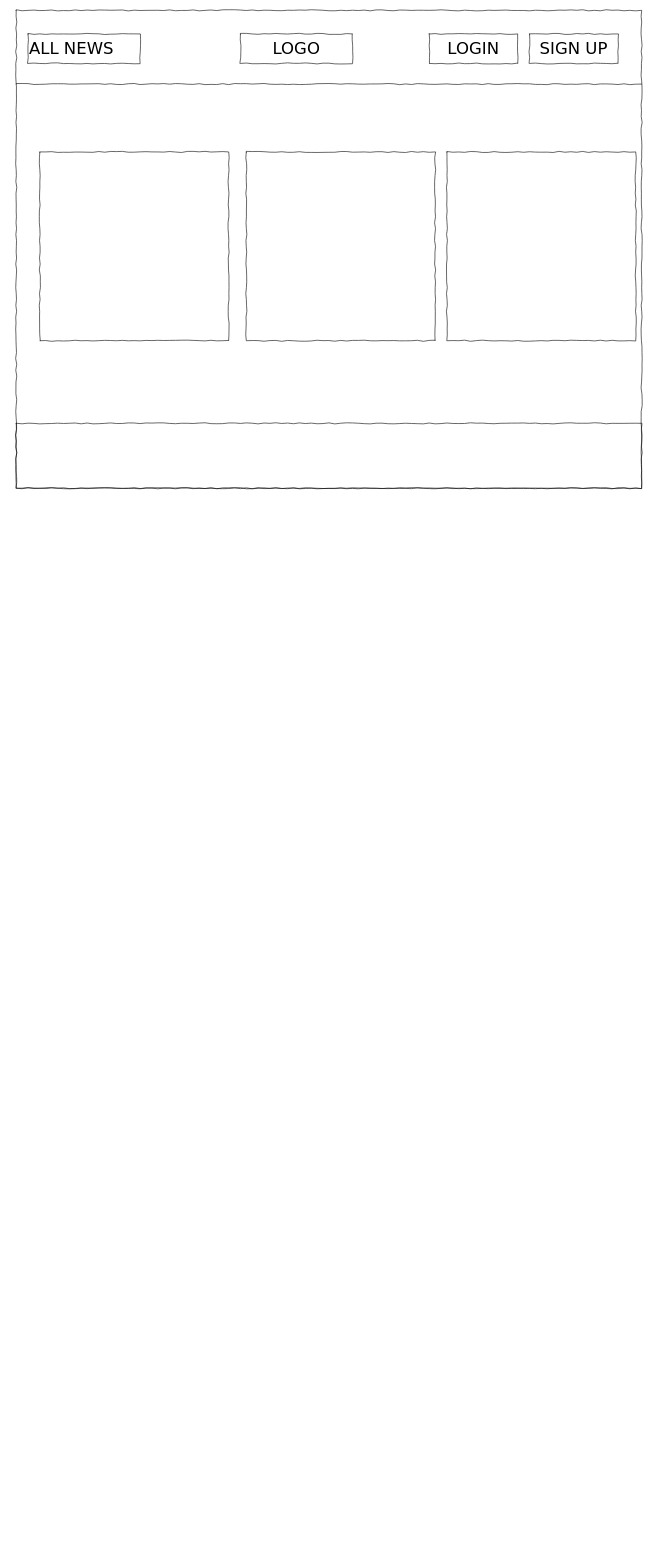
This is WireFrames/wireframe for patients/user .drawio from pemachozom/E-Pharmacy, a draw.io file, before an edit. Source tidied: cells renumbered, new cells numbered last; positions are measured from the earlier drawing's top-left corner, leaving out a move shared by most shapes. Both pictures are drawn from the tidied source at 59%, with x=0, y=0 at pixel (16, 10).
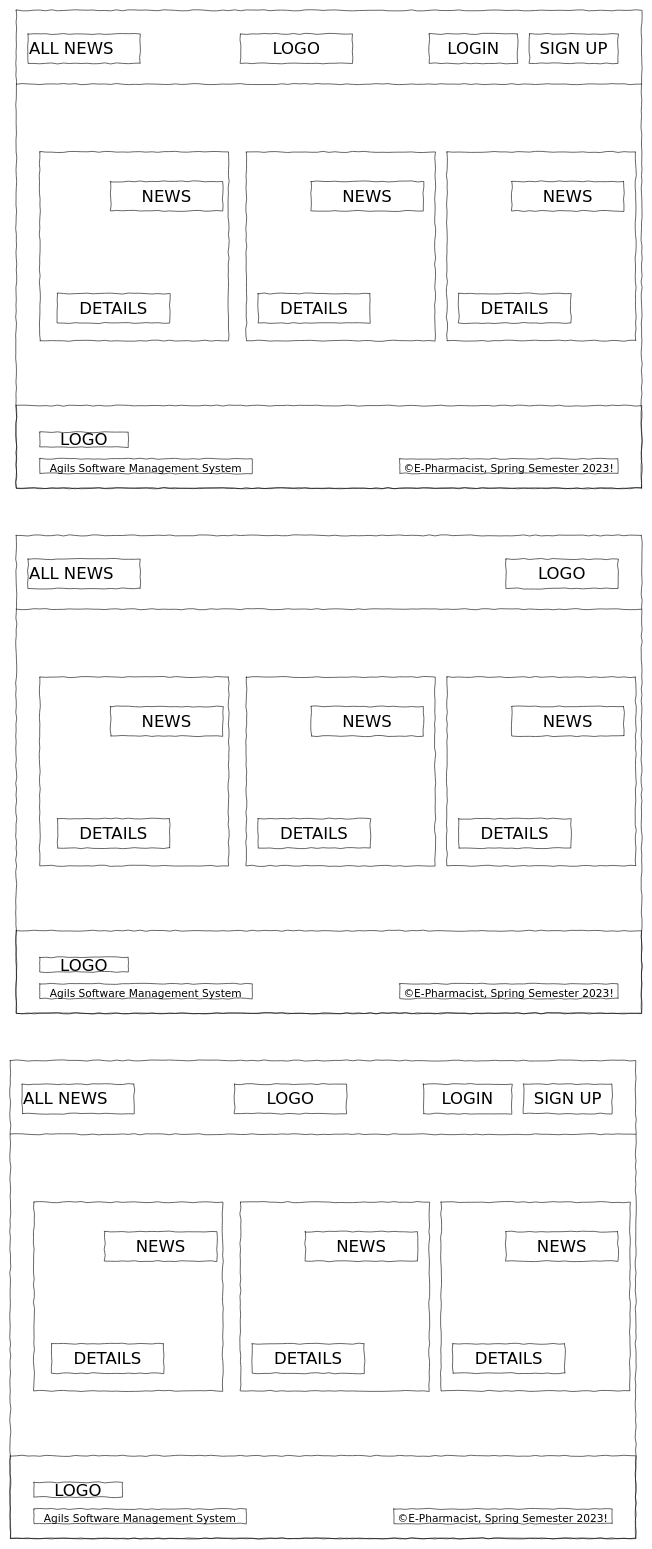
The same diagram, later.

Commit message (it also covers changes not shown here):
Update wireframe for patients/user .drawio

Change to the diagram source:
```diff
@@
     <mxCell id="6" value="&lt;div style=&quot;text-align: justify&quot;&gt;&lt;br&gt;&lt;/div&gt;" style="whiteSpace=wrap;html=1;rounded=0;shadow=0;labelBackgroundColor=none;strokeWidth=1;fillColor=none;fontFamily=Verdana;fontSize=12;align=center;verticalAlign=top;spacing=10;comic=1;" parent="1" vertex="1">
-      <mxGeometry y="700" width="1060" height="110" as="geometry" />
+      <mxGeometry y="670" width="1060" height="140" as="geometry" />
     </mxCell>
@@
+    <mxCell id="12" value="NEWS" style="whiteSpace=wrap;html=1;rounded=0;shadow=0;labelBackgroundColor=none;strokeWidth=1;fontFamily=Verdana;fontSize=28;align=center;comic=1;" parent="1" vertex="1">
+      <mxGeometry x="160" y="290" width="190" height="50" as="geometry" />
+    </mxCell>
+    <mxCell id="13" value="DETAILS" style="whiteSpace=wrap;html=1;rounded=0;shadow=0;labelBackgroundColor=none;strokeWidth=1;fontFamily=Verdana;fontSize=28;align=center;comic=1;" parent="1" vertex="1">
+      <mxGeometry x="70" y="480" width="190" height="50" as="geometry" />
+    </mxCell>
+    <mxCell id="14" value="NEWS" style="whiteSpace=wrap;html=1;rounded=0;shadow=0;labelBackgroundColor=none;strokeWidth=1;fontFamily=Verdana;fontSize=28;align=center;comic=1;" parent="1" vertex="1">
+      <mxGeometry x="500" y="290" width="190" height="50" as="geometry" />
+    </mxCell>
+    <mxCell id="15" value="DETAILS" style="whiteSpace=wrap;html=1;rounded=0;shadow=0;labelBackgroundColor=none;strokeWidth=1;fontFamily=Verdana;fontSize=28;align=center;comic=1;" parent="1" vertex="1">
+      <mxGeometry x="410" y="480" width="190" height="50" as="geometry" />
+    </mxCell>
+    <mxCell id="16" value="NEWS" style="whiteSpace=wrap;html=1;rounded=0;shadow=0;labelBackgroundColor=none;strokeWidth=1;fontFamily=Verdana;fontSize=28;align=center;comic=1;" parent="1" vertex="1">
+      <mxGeometry x="840" y="290" width="190" height="50" as="geometry" />
+    </mxCell>
+    <mxCell id="17" value="DETAILS" style="whiteSpace=wrap;html=1;rounded=0;shadow=0;labelBackgroundColor=none;strokeWidth=1;fontFamily=Verdana;fontSize=28;align=center;comic=1;" parent="1" vertex="1">
+      <mxGeometry x="750" y="480" width="190" height="50" as="geometry" />
+    </mxCell>
+    <mxCell id="18" value="LOGO" style="whiteSpace=wrap;html=1;rounded=0;shadow=0;labelBackgroundColor=none;strokeWidth=1;fontFamily=Verdana;fontSize=28;align=center;comic=1;" parent="1" vertex="1">
+      <mxGeometry x="40" y="715" width="150" height="25" as="geometry" />
+    </mxCell>
+    <mxCell id="19" value="&lt;font style=&quot;font-size: 18px;&quot;&gt;Agils Software Management System&lt;/font&gt;" style="whiteSpace=wrap;html=1;rounded=0;shadow=0;labelBackgroundColor=none;strokeWidth=1;fontFamily=Verdana;fontSize=28;align=center;comic=1;" parent="1" vertex="1">
+      <mxGeometry x="40" y="760" width="360" height="25" as="geometry" />
+    </mxCell>
+    <mxCell id="20" value="&lt;font style=&quot;font-size: 18px;&quot;&gt;©E-Pharmacist, Spring Semester 2023!&lt;/font&gt;" style="whiteSpace=wrap;html=1;rounded=0;shadow=0;labelBackgroundColor=none;strokeWidth=1;fontFamily=Verdana;fontSize=28;align=center;comic=1;" parent="1" vertex="1">
+      <mxGeometry x="650" y="760" width="370" height="25" as="geometry" />
+    </mxCell>
+    <mxCell id="21" style="whiteSpace=wrap;html=1;rounded=0;shadow=0;labelBackgroundColor=none;strokeColor=#000000;strokeWidth=1;fillColor=none;fontFamily=Verdana;fontSize=12;fontColor=#000000;align=center;comic=1;" parent="1" vertex="1">
+      <mxGeometry y="890" width="1060" height="810" as="geometry" />
+    </mxCell>
+    <mxCell id="22" value="ALL NEWS" style="whiteSpace=wrap;html=1;rounded=0;shadow=0;labelBackgroundColor=none;strokeWidth=1;fontFamily=Verdana;fontSize=28;align=left;comic=1;" parent="1" vertex="1">
+      <mxGeometry x="20" y="930" width="190" height="50" as="geometry" />
+    </mxCell>
+    <mxCell id="23" style="whiteSpace=wrap;html=1;rounded=0;shadow=0;labelBackgroundColor=none;strokeWidth=1;fillColor=none;fontFamily=Verdana;fontSize=12;align=center;comic=1;" parent="1" vertex="1">
+      <mxGeometry x="40" y="1130" width="320" height="320" as="geometry" />
+    </mxCell>
+    <mxCell id="24" style="line;strokeWidth=1;html=1;rounded=0;shadow=0;labelBackgroundColor=none;fillColor=none;fontFamily=Verdana;fontSize=14;fontColor=#000000;align=center;comic=1;" parent="1" vertex="1">
+      <mxGeometry y="1010" width="1060" height="10" as="geometry" />
+    </mxCell>
+    <mxCell id="25" value="&lt;div style=&quot;text-align: justify&quot;&gt;&lt;br&gt;&lt;/div&gt;" style="whiteSpace=wrap;html=1;rounded=0;shadow=0;labelBackgroundColor=none;strokeWidth=1;fillColor=none;fontFamily=Verdana;fontSize=12;align=center;verticalAlign=top;spacing=10;comic=1;" parent="1" vertex="1">
+      <mxGeometry y="1560" width="1060" height="140" as="geometry" />
+    </mxCell>
+    <mxCell id="26" style="whiteSpace=wrap;html=1;rounded=0;shadow=0;labelBackgroundColor=none;strokeWidth=1;fillColor=none;fontFamily=Verdana;fontSize=12;align=center;comic=1;" parent="1" vertex="1">
+      <mxGeometry x="730" y="1130" width="320" height="320" as="geometry" />
+    </mxCell>
+    <mxCell id="27" value="LOGO" style="whiteSpace=wrap;html=1;rounded=0;shadow=0;labelBackgroundColor=none;strokeWidth=1;fontFamily=Verdana;fontSize=28;align=center;comic=1;" parent="1" vertex="1">
+      <mxGeometry x="830" y="930" width="190" height="50" as="geometry" />
+    </mxCell>
+    <mxCell id="28" style="whiteSpace=wrap;html=1;rounded=0;shadow=0;labelBackgroundColor=none;strokeWidth=1;fillColor=none;fontFamily=Verdana;fontSize=12;align=center;comic=1;" parent="1" vertex="1">
+      <mxGeometry x="390" y="1130" width="320" height="320" as="geometry" />
+    </mxCell>
+    <mxCell id="29" value="NEWS" style="whiteSpace=wrap;html=1;rounded=0;shadow=0;labelBackgroundColor=none;strokeWidth=1;fontFamily=Verdana;fontSize=28;align=center;comic=1;" parent="1" vertex="1">
+      <mxGeometry x="160" y="1180" width="190" height="50" as="geometry" />
+    </mxCell>
+    <mxCell id="30" value="DETAILS" style="whiteSpace=wrap;html=1;rounded=0;shadow=0;labelBackgroundColor=none;strokeWidth=1;fontFamily=Verdana;fontSize=28;align=center;comic=1;" parent="1" vertex="1">
+      <mxGeometry x="70" y="1370" width="190" height="50" as="geometry" />
+    </mxCell>
+    <mxCell id="31" value="NEWS" style="whiteSpace=wrap;html=1;rounded=0;shadow=0;labelBackgroundColor=none;strokeWidth=1;fontFamily=Verdana;fontSize=28;align=center;comic=1;" parent="1" vertex="1">
+      <mxGeometry x="500" y="1180" width="190" height="50" as="geometry" />
+    </mxCell>
+    <mxCell id="32" value="DETAILS" style="whiteSpace=wrap;html=1;rounded=0;shadow=0;labelBackgroundColor=none;strokeWidth=1;fontFamily=Verdana;fontSize=28;align=center;comic=1;" parent="1" vertex="1">
+      <mxGeometry x="410" y="1370" width="190" height="50" as="geometry" />
+    </mxCell>
+    <mxCell id="33" value="NEWS" style="whiteSpace=wrap;html=1;rounded=0;shadow=0;labelBackgroundColor=none;strokeWidth=1;fontFamily=Verdana;fontSize=28;align=center;comic=1;" parent="1" vertex="1">
+      <mxGeometry x="840" y="1180" width="190" height="50" as="geometry" />
+    </mxCell>
+    <mxCell id="34" value="DETAILS" style="whiteSpace=wrap;html=1;rounded=0;shadow=0;labelBackgroundColor=none;strokeWidth=1;fontFamily=Verdana;fontSize=28;align=center;comic=1;" parent="1" vertex="1">
+      <mxGeometry x="750" y="1370" width="190" height="50" as="geometry" />
+    </mxCell>
+    <mxCell id="35" value="LOGO" style="whiteSpace=wrap;html=1;rounded=0;shadow=0;labelBackgroundColor=none;strokeWidth=1;fontFamily=Verdana;fontSize=28;align=center;comic=1;" parent="1" vertex="1">
+      <mxGeometry x="40" y="1605" width="150" height="25" as="geometry" />
+    </mxCell>
+    <mxCell id="36" value="&lt;font style=&quot;font-size: 18px;&quot;&gt;Agils Software Management System&lt;/font&gt;" style="whiteSpace=wrap;html=1;rounded=0;shadow=0;labelBackgroundColor=none;strokeWidth=1;fontFamily=Verdana;fontSize=28;align=center;comic=1;" parent="1" vertex="1">
+      <mxGeometry x="40" y="1650" width="360" height="25" as="geometry" />
+    </mxCell>
+    <mxCell id="37" value="&lt;font style=&quot;font-size: 18px;&quot;&gt;©E-Pharmacist, Spring Semester 2023!&lt;/font&gt;" style="whiteSpace=wrap;html=1;rounded=0;shadow=0;labelBackgroundColor=none;strokeWidth=1;fontFamily=Verdana;fontSize=28;align=center;comic=1;" parent="1" vertex="1">
+      <mxGeometry x="650" y="1650" width="370" height="25" as="geometry" />
+    </mxCell>
+    <mxCell id="38" style="whiteSpace=wrap;html=1;rounded=0;shadow=0;labelBackgroundColor=none;strokeColor=#000000;strokeWidth=1;fillColor=none;fontFamily=Verdana;fontSize=12;fontColor=#000000;align=center;comic=1;" parent="1" vertex="1">
+      <mxGeometry x="-10" y="1780" width="1060" height="810" as="geometry" />
+    </mxCell>
+    <mxCell id="39" value="ALL NEWS" style="whiteSpace=wrap;html=1;rounded=0;shadow=0;labelBackgroundColor=none;strokeWidth=1;fontFamily=Verdana;fontSize=28;align=left;comic=1;" parent="1" vertex="1">
+      <mxGeometry x="10" y="1820" width="190" height="50" as="geometry" />
+    </mxCell>
+    <mxCell id="40" style="whiteSpace=wrap;html=1;rounded=0;shadow=0;labelBackgroundColor=none;strokeWidth=1;fillColor=none;fontFamily=Verdana;fontSize=12;align=center;comic=1;" parent="1" vertex="1">
+      <mxGeometry x="30" y="2020" width="320" height="320" as="geometry" />
+    </mxCell>
+    <mxCell id="41" style="line;strokeWidth=1;html=1;rounded=0;shadow=0;labelBackgroundColor=none;fillColor=none;fontFamily=Verdana;fontSize=14;fontColor=#000000;align=center;comic=1;" parent="1" vertex="1">
+      <mxGeometry x="-10" y="1900" width="1060" height="10" as="geometry" />
+    </mxCell>
+    <mxCell id="42" value="&lt;div style=&quot;text-align: justify&quot;&gt;&lt;br&gt;&lt;/div&gt;" style="whiteSpace=wrap;html=1;rounded=0;shadow=0;labelBackgroundColor=none;strokeWidth=1;fillColor=none;fontFamily=Verdana;fontSize=12;align=center;verticalAlign=top;spacing=10;comic=1;" parent="1" vertex="1">
+      <mxGeometry x="-10" y="2450" width="1060" height="140" as="geometry" />
+    </mxCell>
+    <mxCell id="43" style="whiteSpace=wrap;html=1;rounded=0;shadow=0;labelBackgroundColor=none;strokeWidth=1;fillColor=none;fontFamily=Verdana;fontSize=12;align=center;comic=1;" parent="1" vertex="1">
+      <mxGeometry x="720" y="2020" width="320" height="320" as="geometry" />
+    </mxCell>
+    <mxCell id="44" value="LOGO" style="whiteSpace=wrap;html=1;rounded=0;shadow=0;labelBackgroundColor=none;strokeWidth=1;fontFamily=Verdana;fontSize=28;align=center;comic=1;" parent="1" vertex="1">
+      <mxGeometry x="370" y="1820" width="190" height="50" as="geometry" />
+    </mxCell>
+    <mxCell id="45" value="SIGN UP" style="whiteSpace=wrap;html=1;rounded=0;shadow=0;labelBackgroundColor=none;strokeWidth=1;fontFamily=Verdana;fontSize=28;align=center;comic=1;" parent="1" vertex="1">
+      <mxGeometry x="860" y="1820" width="150" height="50" as="geometry" />
+    </mxCell>
+    <mxCell id="46" value="LOGIN" style="whiteSpace=wrap;html=1;rounded=0;shadow=0;labelBackgroundColor=none;strokeWidth=1;fontFamily=Verdana;fontSize=28;align=center;comic=1;" parent="1" vertex="1">
+      <mxGeometry x="690" y="1820" width="150" height="50" as="geometry" />
+    </mxCell>
+    <mxCell id="47" style="whiteSpace=wrap;html=1;rounded=0;shadow=0;labelBackgroundColor=none;strokeWidth=1;fillColor=none;fontFamily=Verdana;fontSize=12;align=center;comic=1;" parent="1" vertex="1">
+      <mxGeometry x="380" y="2020" width="320" height="320" as="geometry" />
+    </mxCell>
+    <mxCell id="48" value="NEWS" style="whiteSpace=wrap;html=1;rounded=0;shadow=0;labelBackgroundColor=none;strokeWidth=1;fontFamily=Verdana;fontSize=28;align=center;comic=1;" parent="1" vertex="1">
+      <mxGeometry x="150" y="2070" width="190" height="50" as="geometry" />
+    </mxCell>
+    <mxCell id="49" value="DETAILS" style="whiteSpace=wrap;html=1;rounded=0;shadow=0;labelBackgroundColor=none;strokeWidth=1;fontFamily=Verdana;fontSize=28;align=center;comic=1;" parent="1" vertex="1">
+      <mxGeometry x="60" y="2260" width="190" height="50" as="geometry" />
+    </mxCell>
+    <mxCell id="50" value="NEWS" style="whiteSpace=wrap;html=1;rounded=0;shadow=0;labelBackgroundColor=none;strokeWidth=1;fontFamily=Verdana;fontSize=28;align=center;comic=1;" parent="1" vertex="1">
+      <mxGeometry x="490" y="2070" width="190" height="50" as="geometry" />
+    </mxCell>
+    <mxCell id="51" value="DETAILS" style="whiteSpace=wrap;html=1;rounded=0;shadow=0;labelBackgroundColor=none;strokeWidth=1;fontFamily=Verdana;fontSize=28;align=center;comic=1;" parent="1" vertex="1">
+      <mxGeometry x="400" y="2260" width="190" height="50" as="geometry" />
+    </mxCell>
+    <mxCell id="52" value="NEWS" style="whiteSpace=wrap;html=1;rounded=0;shadow=0;labelBackgroundColor=none;strokeWidth=1;fontFamily=Verdana;fontSize=28;align=center;comic=1;" parent="1" vertex="1">
+      <mxGeometry x="830" y="2070" width="190" height="50" as="geometry" />
+    </mxCell>
+    <mxCell id="53" value="DETAILS" style="whiteSpace=wrap;html=1;rounded=0;shadow=0;labelBackgroundColor=none;strokeWidth=1;fontFamily=Verdana;fontSize=28;align=center;comic=1;" parent="1" vertex="1">
+      <mxGeometry x="740" y="2260" width="190" height="50" as="geometry" />
+    </mxCell>
+    <mxCell id="54" value="LOGO" style="whiteSpace=wrap;html=1;rounded=0;shadow=0;labelBackgroundColor=none;strokeWidth=1;fontFamily=Verdana;fontSize=28;align=center;comic=1;" parent="1" vertex="1">
+      <mxGeometry x="30" y="2495" width="150" height="25" as="geometry" />
+    </mxCell>
+    <mxCell id="55" value="&lt;font style=&quot;font-size: 18px;&quot;&gt;Agils Software Management System&lt;/font&gt;" style="whiteSpace=wrap;html=1;rounded=0;shadow=0;labelBackgroundColor=none;strokeWidth=1;fontFamily=Verdana;fontSize=28;align=center;comic=1;" parent="1" vertex="1">
+      <mxGeometry x="30" y="2540" width="360" height="25" as="geometry" />
+    </mxCell>
+    <mxCell id="56" value="&lt;font style=&quot;font-size: 18px;&quot;&gt;©E-Pharmacist, Spring Semester 2023!&lt;/font&gt;" style="whiteSpace=wrap;html=1;rounded=0;shadow=0;labelBackgroundColor=none;strokeWidth=1;fontFamily=Verdana;fontSize=28;align=center;comic=1;" parent="1" vertex="1">
+      <mxGeometry x="640" y="2540" width="370" height="25" as="geometry" />
+    </mxCell>
```
